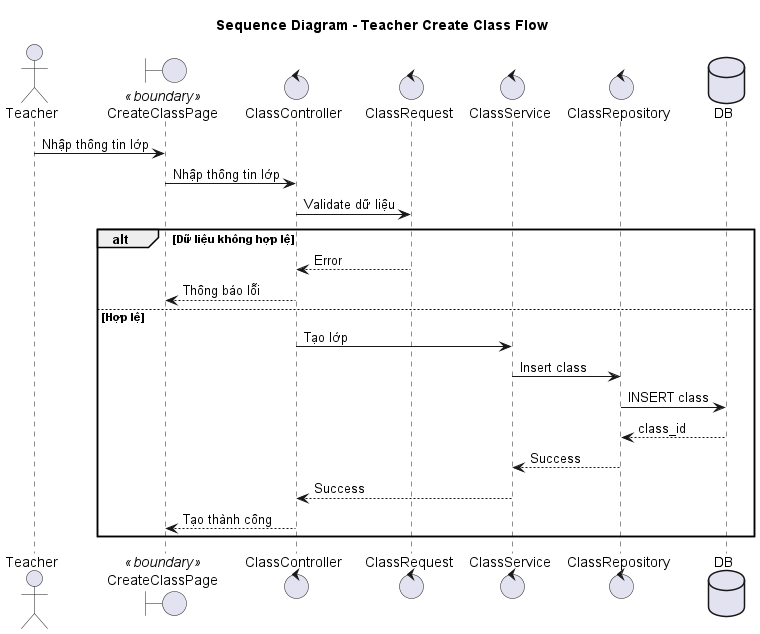
Above: out/sequence/thêm lớp/create_class_sequence.png in Faythpromax/E-Learning (PlantUML), before the change.
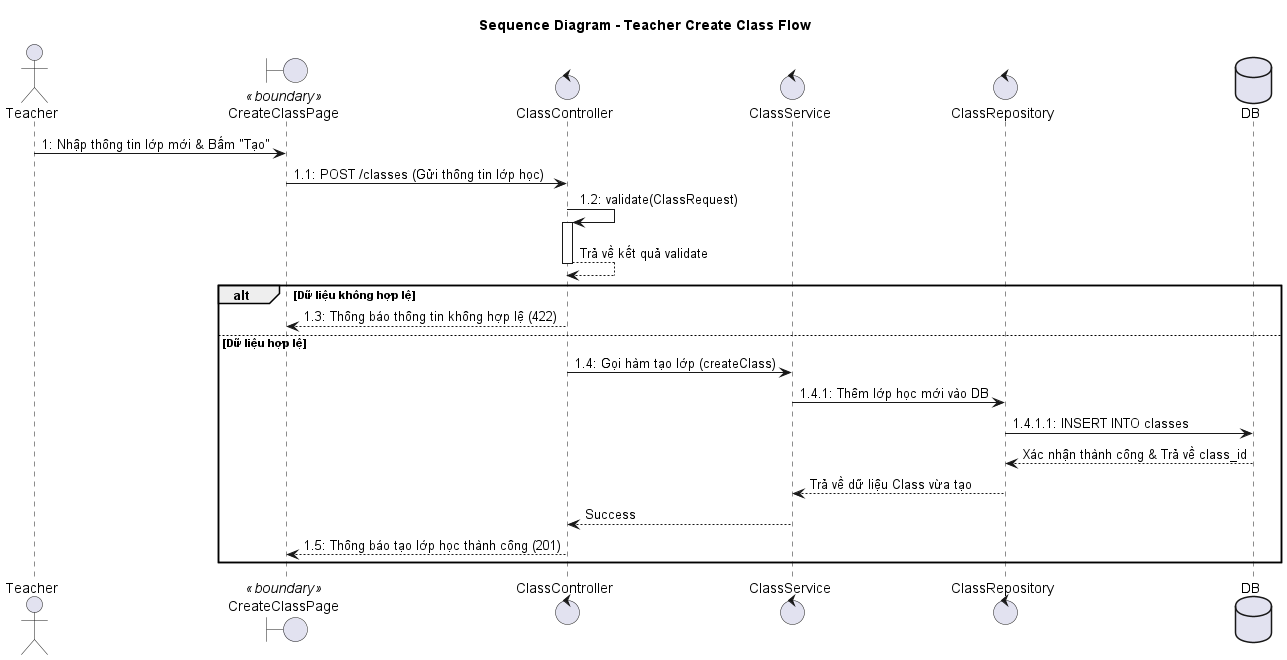
After the change.

The edit, as a diff of the source:
```diff
@@ -4,29 +4,29 @@
 actor Teacher
 boundary "CreateClassPage" as UI <<boundary>>
 control ClassController
-control ClassRequest
 control ClassService
 control ClassRepository
 database DB
 
-Teacher -> UI: Nhập thông tin lớp
-UI -> ClassController: Nhập thông tin lớp
 
-ClassController -> ClassRequest: Validate dữ liệu
+Teacher -> UI: 1: Nhập thông tin lớp mới & Bấm "Tạo"
+UI -> ClassController: 1.1: POST /classes (Gửi thông tin lớp học)
+
+ClassController -> ClassController++: 1.2: validate(ClassRequest)
+ClassController --> ClassController--: Trả về kết quả validate
 
 alt Dữ liệu không hợp lệ
-    ClassRequest --> ClassController: Error
-    ClassController --> UI: Thông báo lỗi
-else Hợp lệ
-    ClassController -> ClassService: Tạo lớp
+    ClassController --> UI: 1.3: Thông báo thông tin không hợp lệ (422)
+else Dữ liệu hợp lệ
+    ClassController -> ClassService: 1.4: Gọi hàm tạo lớp (createClass)
 
-    ClassService -> ClassRepository: Insert class
-    ClassRepository -> DB: INSERT class
-    DB --> ClassRepository: class_id
+    ClassService -> ClassRepository: 1.4.1: Thêm lớp học mới vào DB
+    ClassRepository -> DB: 1.4.1.1: INSERT INTO classes
+    DB --> ClassRepository: Xác nhận thành công & Trả về class_id
 
-    ClassRepository --> ClassService: Success
+    ClassRepository --> ClassService: Trả về dữ liệu Class vừa tạo
     ClassService --> ClassController: Success
-    ClassController --> UI: Tạo thành công
+    ClassController --> UI: 1.5: Thông báo tạo lớp học thành công (201)
 end
 
 @enduml
```
